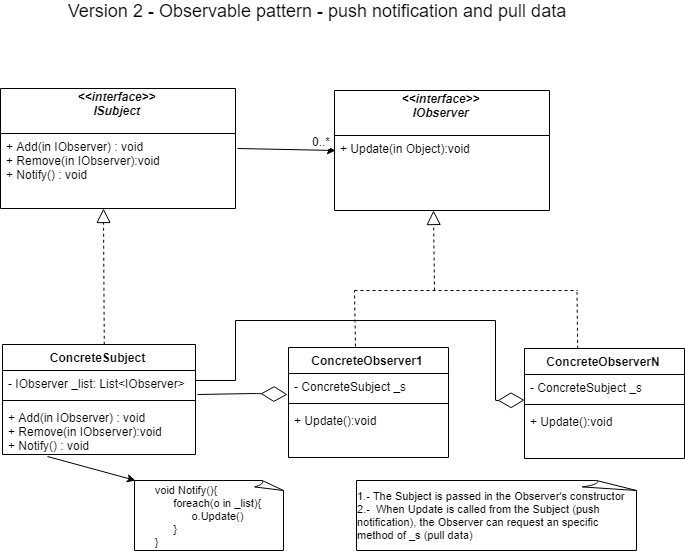
zangelus/Patterns keeps this draw.io diagram as Patterns/images/Observer2.png. Above is the earlier version. Source tidied: cells renumbered, new cells last; positions are measured from the earlier drawing's top-left corner, leaving out a move shared by most shapes. Source of this version:
```xml
<mxGraphModel>
  <root>
    <mxCell id="0" />
    <mxCell id="1" parent="0" />
    <mxCell id="2" value="&lt;&lt;interface&gt;&gt;&#10;ISubject&#10;" style="swimlane;fontStyle=3;horizontal=1;startSize=45;fillColor=none;" parent="1" vertex="1">
      <mxGeometry y="88" width="235" height="120" as="geometry" />
    </mxCell>
    <mxCell id="3" value="+ Add(in IObserver) : void&#10;+ Remove(in IObserver):void&#10;+ Notify() : void&#10;" style="text;strokeColor=none;fillColor=none;align=left;verticalAlign=top;spacingLeft=4;spacingRight=4;overflow=hidden;points=[[0,0.5],[1,0.5]];portConstraint=eastwest;" parent="2" vertex="1">
      <mxGeometry y="45" width="235" height="75" as="geometry" />
    </mxCell>
    <mxCell id="4" value="&lt;&lt;interface&gt;&gt;&#10;IObserver&#10;" style="swimlane;fontStyle=3;horizontal=1;startSize=45;fillColor=none;" parent="1" vertex="1">
      <mxGeometry x="334" y="90" width="215" height="120" as="geometry" />
    </mxCell>
    <mxCell id="5" value="+ Update(in Object):void&#10;" style="text;strokeColor=none;fillColor=none;align=left;verticalAlign=top;spacingLeft=4;spacingRight=4;overflow=hidden;points=[[0,0.5],[1,0.5]];portConstraint=eastwest;" parent="4" vertex="1">
      <mxGeometry y="45" width="215" height="75" as="geometry" />
    </mxCell>
    <mxCell id="6" style="endArrow=classic;html=1;entryX=0;entryY=0.2;entryDx=0;entryDy=0;entryPerimeter=0;exitX=1.006;exitY=0.212;exitDx=0;exitDy=0;exitPerimeter=0;" parent="1" edge="1" source="3" target="5">
      <mxGeometry relative="1" as="geometry" />
    </mxCell>
    <mxCell id="7" value="0..*" style="text;html=1;align=center;verticalAlign=middle;labelBackgroundColor=#ffffff;" parent="6" vertex="1">
      <mxGeometry x="0.75" y="1" relative="1" as="geometry">
        <mxPoint x="-3" y="-9" as="offset" />
      </mxGeometry>
    </mxCell>
    <mxCell id="8" value="ConcreteSubject" style="swimlane;fontStyle=1;align=center;verticalAlign=top;horizontal=1;startSize=26;" parent="1" vertex="1">
      <mxGeometry x="2" y="344" width="193" height="110" as="geometry" />
    </mxCell>
    <mxCell id="9" value="- IObserver _list: List&lt;IObserver&gt;" style="text;strokeColor=none;fillColor=none;align=left;verticalAlign=top;spacingLeft=4;spacingRight=4;overflow=hidden;points=[[0,0.5],[1,0.5]];portConstraint=eastwest;" parent="8" vertex="1">
      <mxGeometry y="26" width="193" height="26" as="geometry" />
    </mxCell>
    <mxCell id="10" style="line;strokeWidth=1;fillColor=none;align=left;verticalAlign=middle;spacingTop=-1;spacingLeft=3;spacingRight=3;labelPosition=right;" parent="8" vertex="1">
      <mxGeometry y="52" width="193" height="8" as="geometry" />
    </mxCell>
    <mxCell id="11" value="+ Add(in IObserver) : void&#10;+ Remove(in IObserver):void&#10;+ Notify() : void&#10;&#10;" style="text;strokeColor=none;fillColor=none;align=left;verticalAlign=top;spacingLeft=4;spacingRight=4;overflow=hidden;points=[[0,0.5],[1,0.5]];portConstraint=eastwest;" parent="8" vertex="1">
      <mxGeometry y="60" width="193" height="50" as="geometry" />
    </mxCell>
    <mxCell id="12" value="ConcreteObserver1" style="swimlane;fontStyle=1;align=center;verticalAlign=top;horizontal=1;startSize=26;" parent="1" vertex="1">
      <mxGeometry x="288" y="347" width="160" height="110" as="geometry" />
    </mxCell>
    <mxCell id="13" value="- ConcreteSubject _s" style="text;strokeColor=none;fillColor=none;align=left;verticalAlign=top;spacingLeft=4;spacingRight=4;overflow=hidden;points=[[0,0.5],[1,0.5]];portConstraint=eastwest;" parent="12" vertex="1">
      <mxGeometry y="26" width="160" height="26" as="geometry" />
    </mxCell>
    <mxCell id="14" style="line;strokeWidth=1;fillColor=none;align=left;verticalAlign=middle;spacingTop=-1;spacingLeft=3;spacingRight=3;labelPosition=right;" parent="12" vertex="1">
      <mxGeometry y="52" width="160" height="8" as="geometry" />
    </mxCell>
    <mxCell id="15" value="+ Update():void&#10;&#10;" style="text;strokeColor=none;fillColor=none;align=left;verticalAlign=top;spacingLeft=4;spacingRight=4;overflow=hidden;" parent="12" vertex="1">
      <mxGeometry y="60" width="160" height="50" as="geometry" />
    </mxCell>
    <mxCell id="16" value="ConcreteObserverN" style="swimlane;fontStyle=1;align=center;verticalAlign=top;horizontal=1;startSize=26;" parent="1" vertex="1">
      <mxGeometry x="524" y="348" width="160" height="110" as="geometry" />
    </mxCell>
    <mxCell id="17" value="- ConcreteSubject _s" style="text;strokeColor=none;fillColor=none;align=left;verticalAlign=top;spacingLeft=4;spacingRight=4;overflow=hidden;" parent="16" vertex="1">
      <mxGeometry y="26" width="160" height="26" as="geometry" />
    </mxCell>
    <mxCell id="18" style="line;strokeWidth=1;fillColor=none;align=left;verticalAlign=middle;spacingTop=-1;spacingLeft=3;spacingRight=3;labelPosition=right;" parent="16" vertex="1">
      <mxGeometry y="52" width="160" height="8" as="geometry" />
    </mxCell>
    <mxCell id="19" value="+ Update():void&#10;&#10;" style="text;strokeColor=none;fillColor=none;align=left;verticalAlign=top;spacingLeft=4;spacingRight=4;overflow=hidden;" parent="16" vertex="1">
      <mxGeometry y="60" width="160" height="50" as="geometry" />
    </mxCell>
    <mxCell id="20" value="&lt;font style=&quot;font-size: 18px&quot;&gt;Version 2 - Observable pattern - push notification and pull data&lt;/font&gt;" style="text;html=1;strokeColor=none;fillColor=none;align=center;verticalAlign=middle;whiteSpace=wrap;rounded=0;" parent="1" vertex="1">
      <mxGeometry x="39" width="555" height="20" as="geometry" />
    </mxCell>
    <mxCell id="21" style="endArrow=block;dashed=1;endFill=0;endSize=12;html=1;entryX=0.442;entryY=1.013;entryDx=0;entryDy=0;entryPerimeter=0;exitX=0.5;exitY=0;exitDx=0;exitDy=0;" parent="1" edge="1" target="3">
      <mxGeometry relative="1" as="geometry">
        <mxPoint x="103.8" y="344.2" as="sourcePoint" />
      </mxGeometry>
    </mxCell>
    <mxCell id="22" style="endArrow=block;dashed=1;endFill=0;endSize=12;html=1;entryX=0.464;entryY=1.012;entryDx=0;entryDy=0;entryPerimeter=0;" parent="1" edge="1" target="5">
      <mxGeometry relative="1" as="geometry">
        <mxPoint x="434" y="290" as="sourcePoint" />
      </mxGeometry>
    </mxCell>
    <mxCell id="23" style="endArrow=none;dashed=1;html=1;" parent="1" edge="1">
      <mxGeometry relative="1" as="geometry">
        <mxPoint x="354" y="290" as="sourcePoint" />
        <mxPoint x="577" y="290" as="targetPoint" />
      </mxGeometry>
    </mxCell>
    <mxCell id="24" style="endArrow=none;dashed=1;html=1;exitX=0.417;exitY=-0.002;exitDx=0;exitDy=0;exitPerimeter=0;" parent="1" edge="1" source="12">
      <mxGeometry relative="1" as="geometry">
        <mxPoint x="354" y="290" as="targetPoint" />
      </mxGeometry>
    </mxCell>
    <mxCell id="25" style="endArrow=none;dashed=1;html=1;exitX=0.417;exitY=-0.002;exitDx=0;exitDy=0;exitPerimeter=0;fontStyle=1;" parent="1" edge="1">
      <mxGeometry relative="1" as="geometry">
        <mxPoint x="577.2" y="348.3" as="sourcePoint" />
        <mxPoint x="576.5" y="291.5" as="targetPoint" />
      </mxGeometry>
    </mxCell>
    <mxCell id="26" value="&lt;div style=&quot;text-align: left ; font-size: 11px&quot;&gt;&lt;font style=&quot;font-size: 11px&quot;&gt;void Notify(){&lt;/font&gt;&lt;/div&gt;&lt;div style=&quot;text-align: left ; font-size: 11px&quot;&gt;&lt;font style=&quot;font-size: 11px&quot;&gt;&amp;nbsp; &amp;nbsp; &amp;nbsp; foreach(o in _list){&lt;/font&gt;&lt;/div&gt;&lt;div style=&quot;text-align: left ; font-size: 11px&quot;&gt;&lt;span&gt;&lt;font style=&quot;font-size: 11px&quot;&gt;&amp;nbsp; &amp;nbsp; &amp;nbsp; &amp;nbsp; &amp;nbsp; &amp;nbsp; o.Update()&lt;/font&gt;&lt;/span&gt;&lt;/div&gt;&lt;div style=&quot;text-align: left ; font-size: 11px&quot;&gt;&lt;font style=&quot;font-size: 11px&quot;&gt;&amp;nbsp; &amp;nbsp; &amp;nbsp; }&lt;/font&gt;&lt;/div&gt;&lt;div style=&quot;text-align: left ; font-size: 11px&quot;&gt;&lt;font style=&quot;font-size: 11px&quot;&gt;}&lt;/font&gt;&lt;/div&gt;" style="whiteSpace=wrap;html=1;shape=mxgraph.basic.document;" parent="1" vertex="1">
      <mxGeometry x="134" y="480" width="149" height="70" as="geometry" />
    </mxCell>
    <mxCell id="27" style="endArrow=classic;html=1;entryX=0.003;entryY=0.014;entryDx=0;entryDy=0;entryPerimeter=0;exitX=0.238;exitY=1.025;exitDx=0;exitDy=0;exitPerimeter=0;" parent="1" edge="1" source="11" target="26">
      <mxGeometry relative="1" as="geometry" />
    </mxCell>
    <mxCell id="28" style="endArrow=diamondThin;endFill=0;endSize=24;html=1;entryX=-0.003;entryY=0.777;entryDx=0;entryDy=0;entryPerimeter=0;exitX=1.007;exitY=0.892;exitDx=0;exitDy=0;exitPerimeter=0;" parent="1" edge="1" source="9" target="13">
      <mxGeometry relative="1" as="geometry">
        <Array as="points">
          <mxPoint x="255" y="393" />
        </Array>
      </mxGeometry>
    </mxCell>
    <mxCell id="29" style="endArrow=diamondThin;endFill=0;endSize=24;html=1;entryX=-0.018;entryY=0;entryDx=0;entryDy=0;entryPerimeter=0;" parent="1" edge="1">
      <mxGeometry relative="1" as="geometry">
        <mxPoint x="495.5" y="400" as="sourcePoint" />
        <mxPoint x="524.1" y="399.6" as="targetPoint" />
      </mxGeometry>
    </mxCell>
    <mxCell id="30" style="endArrow=none;html=1;" parent="1" edge="1">
      <mxGeometry relative="1" as="geometry">
        <mxPoint x="235" y="320" as="sourcePoint" />
        <mxPoint x="495" y="320" as="targetPoint" />
      </mxGeometry>
    </mxCell>
    <mxCell id="31" style="endArrow=none;html=1;" parent="1" edge="1">
      <mxGeometry relative="1" as="geometry">
        <mxPoint x="495" y="400" as="sourcePoint" />
        <mxPoint x="495" y="320" as="targetPoint" />
      </mxGeometry>
    </mxCell>
    <mxCell id="32" style="endArrow=none;html=1;" parent="1" edge="1">
      <mxGeometry relative="1" as="geometry">
        <mxPoint x="235" y="320" as="sourcePoint" />
        <mxPoint x="235" y="380" as="targetPoint" />
      </mxGeometry>
    </mxCell>
    <mxCell id="33" style="endArrow=none;html=1;exitX=1.004;exitY=0.353;exitDx=0;exitDy=0;exitPerimeter=0;" parent="1" edge="1" source="9">
      <mxGeometry relative="1" as="geometry">
        <mxPoint x="235" y="380" as="targetPoint" />
      </mxGeometry>
    </mxCell>
    <mxCell id="34" value="&lt;div style=&quot;text-align: left ; font-size: 11px&quot;&gt;1.- The Subject is passed in the Observer's constructor&lt;/div&gt;&lt;div style=&quot;text-align: left ; font-size: 11px&quot;&gt;2.-&amp;nbsp; When Update is called from the Subject (push notification), the Observer can request an specific method of _s (pull data)&lt;/div&gt;" style="whiteSpace=wrap;html=1;shape=mxgraph.basic.document;" parent="1" vertex="1">
      <mxGeometry x="356" y="480" width="280" height="70" as="geometry" />
    </mxCell>
  </root>
</mxGraphModel>
```
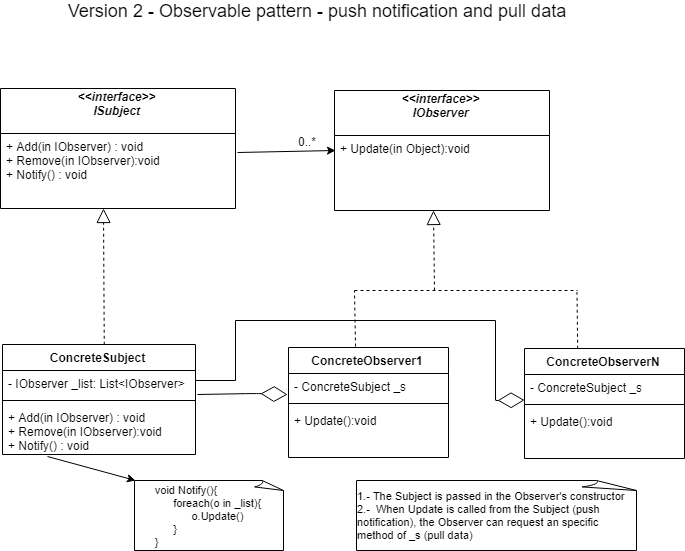
The same diagram one commit later.

Commit message:
observer upd

What changed in the source:
```diff
@@ -14,12 +14,12 @@
     <mxCell id="5" value="+ Update(in Object):void&#10;" style="text;strokeColor=none;fillColor=none;align=left;verticalAlign=top;spacingLeft=4;spacingRight=4;overflow=hidden;points=[[0,0.5],[1,0.5]];portConstraint=eastwest;" parent="4" vertex="1">
       <mxGeometry y="45" width="215" height="75" as="geometry" />
     </mxCell>
-    <mxCell id="6" style="endArrow=classic;html=1;entryX=0;entryY=0.2;entryDx=0;entryDy=0;entryPerimeter=0;exitX=1.006;exitY=0.212;exitDx=0;exitDy=0;exitPerimeter=0;" parent="1" edge="1" source="3" target="5">
+    <mxCell id="6" style="endArrow=classic;html=1;entryX=0;entryY=0.2;entryDx=0;entryDy=0;entryPerimeter=0;exitX=1.008;exitY=0.249;exitDx=0;exitDy=0;exitPerimeter=0;" parent="1" edge="1" source="3" target="5">
       <mxGeometry relative="1" as="geometry" />
     </mxCell>
     <mxCell id="7" value="0..*" style="text;html=1;align=center;verticalAlign=middle;labelBackgroundColor=#ffffff;" parent="6" vertex="1">
       <mxGeometry x="0.75" y="1" relative="1" as="geometry">
-        <mxPoint x="-3" y="-9" as="offset" />
+        <mxPoint x="-16.5" y="-9" as="offset" />
       </mxGeometry>
     </mxCell>
     <mxCell id="8" value="ConcreteSubject" style="swimlane;fontStyle=1;align=center;verticalAlign=top;horizontal=1;startSize=26;" parent="1" vertex="1">
```
